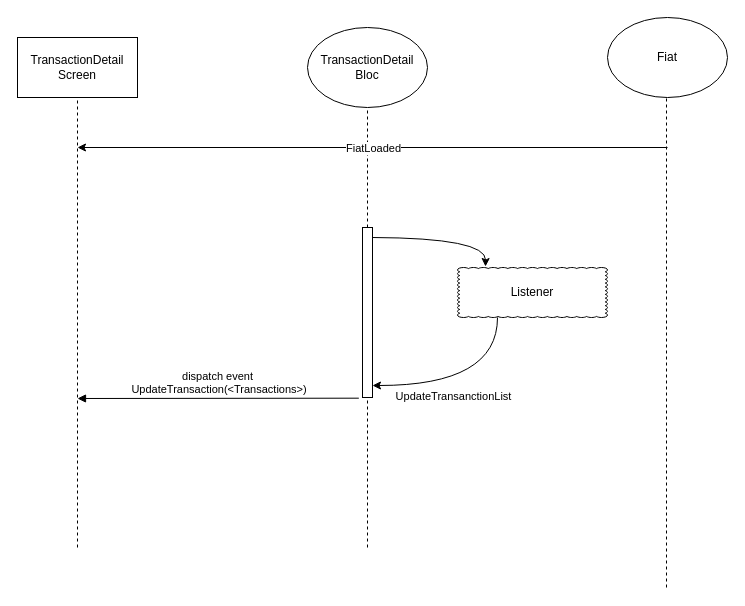
TzuHanLiang/flutter keeps this draw.io diagram as TransactionDetailScreen_Diagram.drawio. Above is the earlier version. Source tidied: cells renumbered, new cells numbered last; positions are measured from the earlier drawing's top-left corner, leaving out a move shared by most shapes. Both pictures are drawn from the tidied source at 100%, with x=0, y=0 at pixel (17, 17).
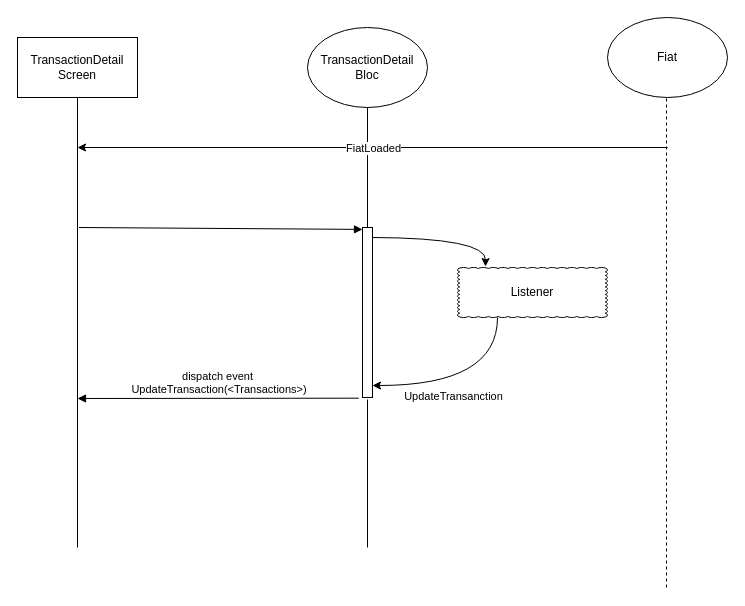
Above is the later version.

Unchanged cells that the change refers to:
```xml
<mxCell id="2" value="TransactionDetail Screen" style="rounded=0;whiteSpace=wrap;html=1;" parent="1" vertex="1">
  <mxGeometry y="20" width="120" height="60" as="geometry" />
</mxCell>
<mxCell id="3" value="TransactionDetail&lt;br&gt;Bloc" style="ellipse;whiteSpace=wrap;html=1;" parent="1" vertex="1">
  <mxGeometry x="290" y="10" width="120" height="80" as="geometry" />
</mxCell>
<mxCell id="6" style="html=1;points=[];perimeter=orthogonalPerimeter;" parent="1" vertex="1">
  <mxGeometry x="345" y="210" width="10" height="170" as="geometry" />
</mxCell>
<mxCell id="10" style="endArrow=classic;html=1;exitX=0.5;exitY=1.04;exitDx=0;exitDy=0;exitPerimeter=0;edgeStyle=orthogonalEdgeStyle;curved=1;" parent="1" edge="1">
  <mxGeometry x="190" y="430" as="geometry">
    <mxPoint x="480" y="300" as="sourcePoint" />
    <mxPoint x="355" y="368" as="targetPoint" />
    <Array as="points">
      <mxPoint x="480" y="368" />
    </Array>
  </mxGeometry>
</mxCell>
```

The edit, as a diff of the source:
```diff
@@
-    <mxCell id="4" style="endArrow=none;dashed=1;html=1;entryX=0.5;entryY=1;entryDx=0;entryDy=0;" parent="1" edge="1" target="2">
+    <mxCell id="4" style="endArrow=none;html=1;entryX=0.5;entryY=1;entryDx=0;entryDy=0;" parent="1" edge="1" target="2">
       <mxGeometry relative="1" as="geometry">
         <mxPoint x="60" y="530" as="sourcePoint" />
       </mxGeometry>
     </mxCell>
-    <mxCell id="5" style="endArrow=none;dashed=1;html=1;" parent="1" edge="1" source="6" target="3">
+    <mxCell id="5" style="endArrow=none;html=1;" parent="1" edge="1" source="6" target="3">
       <mxGeometry relative="1" as="geometry" />
     </mxCell>
@@
-    <mxCell id="11" value="UpdateTransanctionList" style="edgeLabel;html=1;align=center;verticalAlign=middle;" parent="10" vertex="1">
+    <mxCell id="11" value="UpdateTransanction" style="edgeLabel;html=1;align=center;verticalAlign=middle;" parent="10" vertex="1">
       <mxGeometry relative="1" as="geometry">
         <mxPoint x="-16" y="10" as="offset" />
       </mxGeometry>
     </mxCell>
@@
-    <mxCell id="16" style="endArrow=none;dashed=1;html=1;entryX=0.5;entryY=1.012;entryDx=0;entryDy=0;entryPerimeter=0;" parent="1" edge="1" target="6">
+    <mxCell id="16" style="endArrow=none;html=1;entryX=0.5;entryY=1.012;entryDx=0;entryDy=0;entryPerimeter=0;" parent="1" edge="1" target="6">
       <mxGeometry relative="1" as="geometry">
         <mxPoint x="350" y="530" as="sourcePoint" />
       </mxGeometry>
     </mxCell>
+    <mxCell id="17" style="html=1;verticalAlign=bottom;endArrow=block;entryX=-0.153;entryY=0.004;entryDx=0;entryDy=0;entryPerimeter=0;" parent="1" edge="1">
+      <mxGeometry x="11.5" as="geometry">
+        <mxPoint x="61.5" y="210" as="sourcePoint" />
+        <mxPoint x="345" y="211.9" as="targetPoint" />
+        <mxPoint x="58" y="1" as="offset" />
+      </mxGeometry>
+    </mxCell>
```
